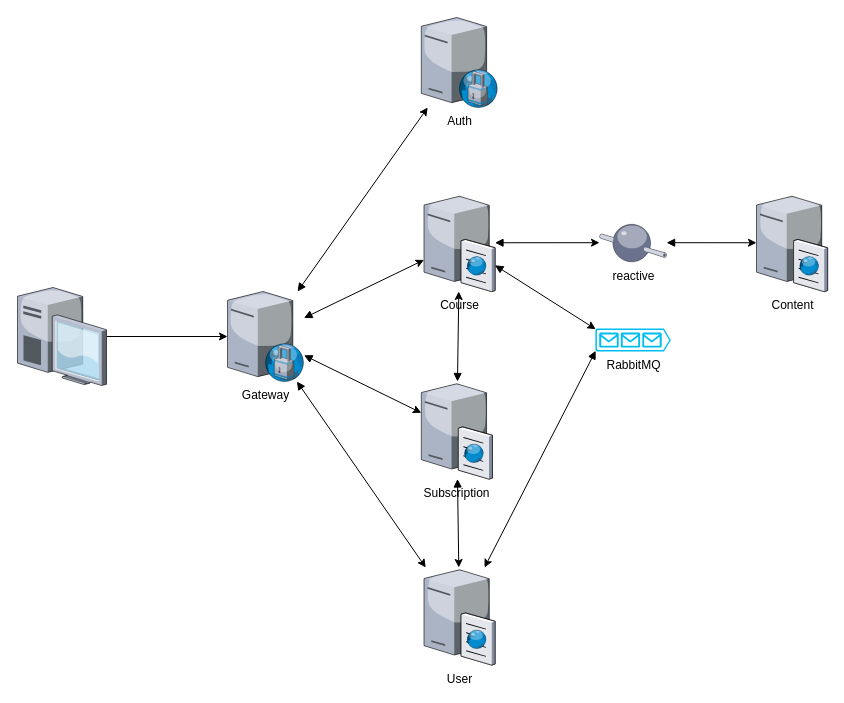
Earlier version of the draw.io diagram microservices.drawio (augustoadsis/microservices-spring-cloud). Source tidied: cells renumbered, new cells numbered last; positions are measured from the earlier drawing's top-left corner, leaving out a move shared by most shapes. Both pictures are drawn from the tidied source at 100%, with x=0, y=0 at pixel (17, 17).
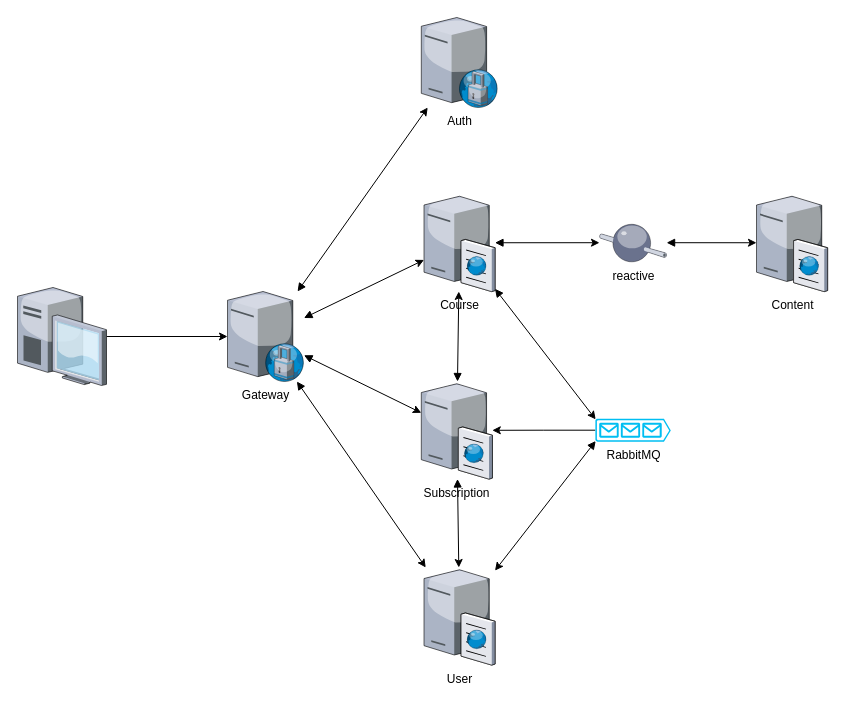
The same diagram, later.

The change refers to these unchanged cells:
```xml
<mxCell id="15" value="Subscription" style="verticalLabelPosition=bottom;html=1;verticalAlign=top;strokeColor=none;align=center;outlineConnect=0;shape=mxgraph.citrix.cache_server;" parent="1" vertex="1">
  <mxGeometry x="403.8" y="364" width="71" height="97.5" as="geometry" />
</mxCell>
```

Diff of the diagram source:
```diff
@@
+    <mxCell id="22" style="edgeStyle=orthogonalEdgeStyle;rounded=0;jettySize=auto;html=1;startArrow=none;startFill=0;" parent="1" edge="1" source="19" target="15">
+      <mxGeometry relative="1" as="geometry" />
+    </mxCell>
     <mxCell id="19" value="RabbitMQ" style="verticalLabelPosition=bottom;html=1;verticalAlign=top;align=center;strokeColor=none;fillColor=#00BEF2;shape=mxgraph.azure.queue_generic;" parent="1" vertex="1">
-      <mxGeometry x="577.8" y="311" width="75.5" height="23" as="geometry" />
+      <mxGeometry x="577.8" y="401.2" width="75.5" height="23" as="geometry" />
     </mxCell>
```
